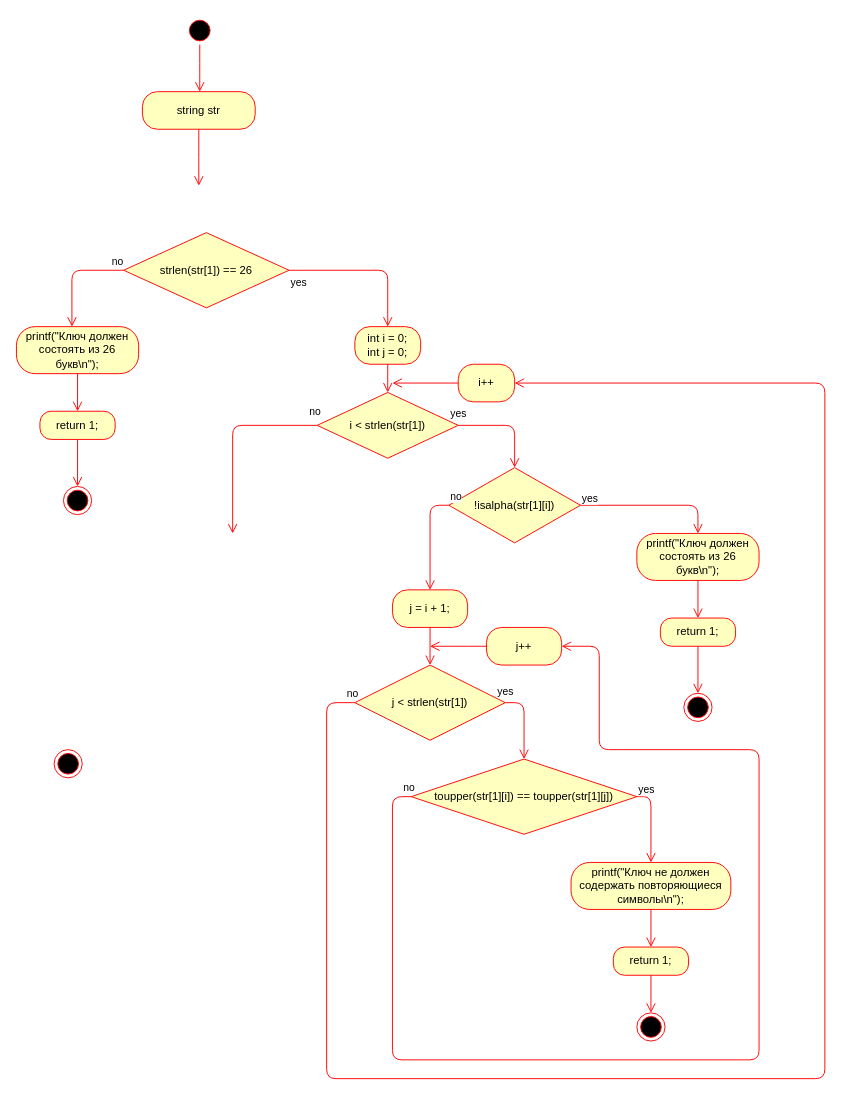
Above: subtituti.drawio in ArtemYo8283/test (draw.io), before the change. Source tidied: cells renumbered, new cells numbered last; positions are measured from the earlier drawing's top-left corner, leaving out a move shared by most shapes. Both pictures are drawn from the tidied source at 94%, with x=0, y=0 at pixel (16, 16).
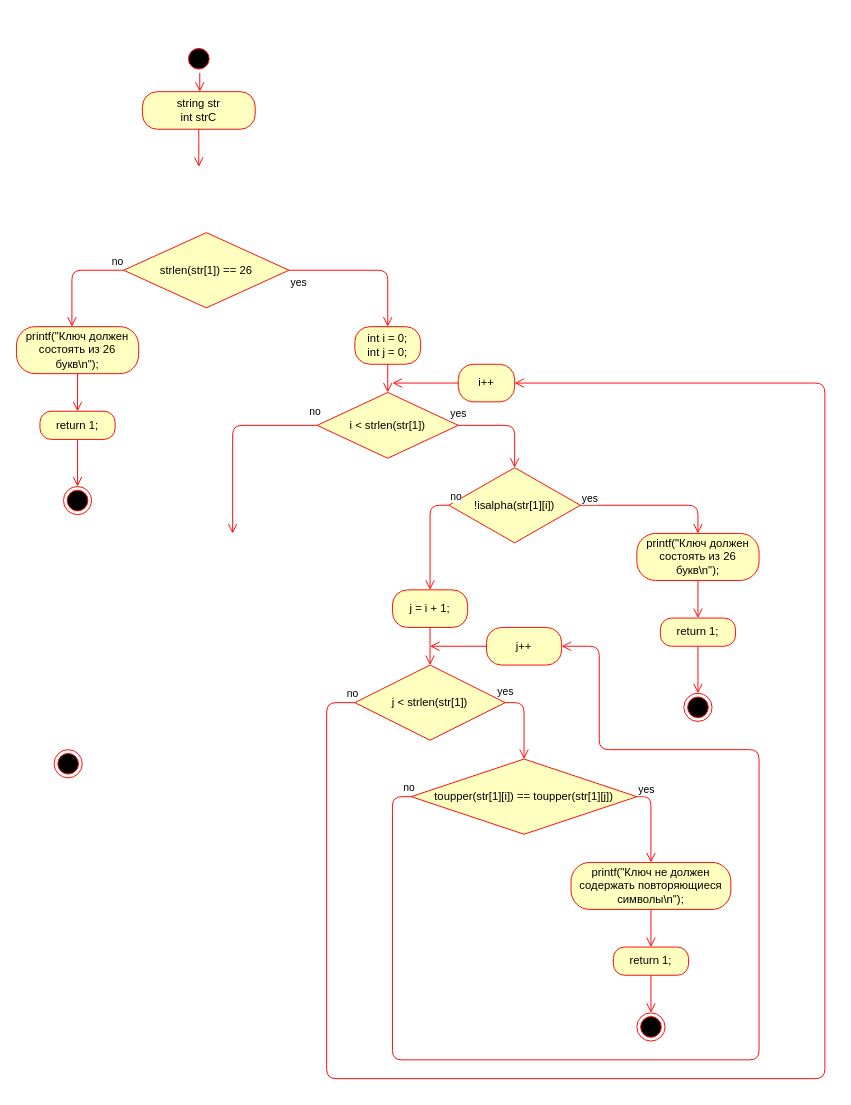
After the change.

Diff of the diagram source:
```diff
@@
     <mxCell id="3" style="ellipse;html=1;shape=startState;fillColor=#000000;strokeColor=#ff0000;" parent="1" vertex="1">
-      <mxGeometry x="180" width="30" height="30" as="geometry" />
+      <mxGeometry x="179" y="30" width="30" height="30" as="geometry" />
     </mxCell>
@@
-    <mxCell id="5" value="string str&lt;br&gt;" style="rounded=1;whiteSpace=wrap;html=1;arcSize=40;fontColor=#000000;fillColor=#ffffc0;strokeColor=#ff0000;" parent="1" vertex="1">
+    <mxCell id="5" value="string str&lt;br&gt;int strC" style="rounded=1;whiteSpace=wrap;html=1;arcSize=40;fontColor=#000000;fillColor=#ffffc0;strokeColor=#ff0000;" parent="1" vertex="1">
       <mxGeometry x="134" y="80" width="120" height="40" as="geometry" />
     </mxCell>
     <mxCell id="6" style="edgeStyle=orthogonalEdgeStyle;html=1;verticalAlign=bottom;endArrow=open;endSize=8;strokeColor=#ff0000;" parent="1" edge="1" source="5">
       <mxGeometry relative="1" as="geometry">
-        <mxPoint x="194" y="180" as="targetPoint" />
+        <mxPoint x="194" y="160" as="targetPoint" />
       </mxGeometry>
     </mxCell>
```
